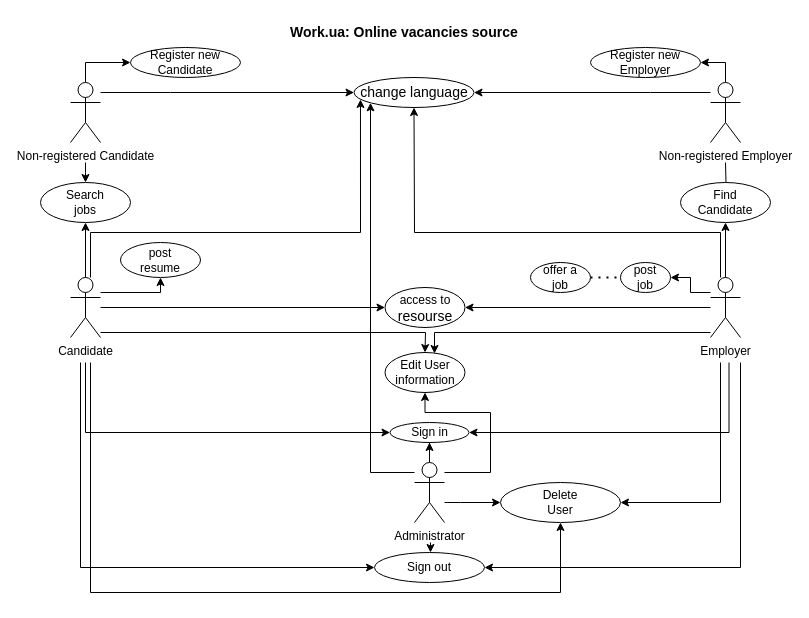
SynelnykE/ISTQB_PracticalTeasing1 keeps this draw.io diagram as WorkUA.drawio. Above is the earlier version. Source tidied: cells renumbered, new cells numbered last; positions are measured from the earlier drawing's top-left corner, leaving out a move shared by most shapes. Both pictures are drawn from the tidied source at 100%, with x=0, y=0 at pixel (40, 17).
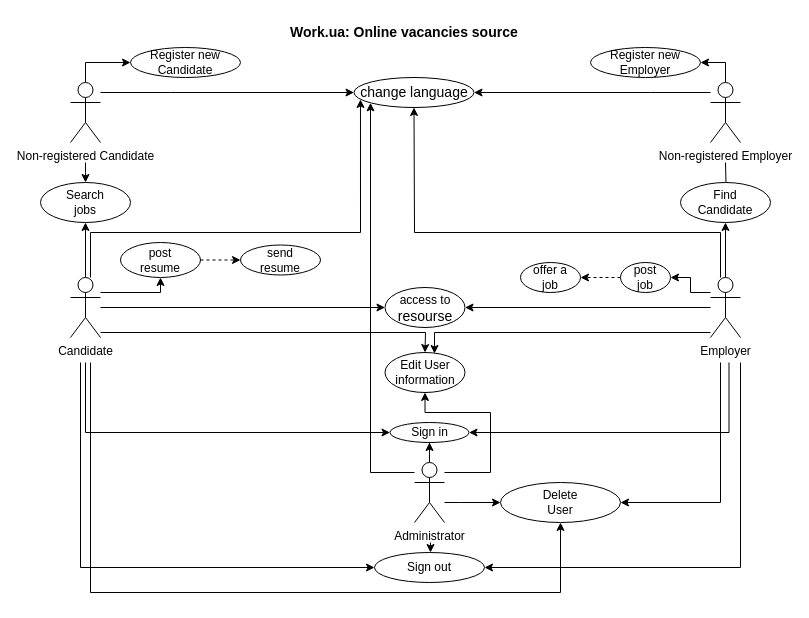
The same page after the edit.

Commit message (it also covers changes not shown here):
add Send Resume and replaced workua.jpeg

Unchanged cells that the change refers to:
```xml
<mxCell id="40" value="post&lt;br&gt;job&lt;br&gt;" style="ellipse;whiteSpace=wrap;html=1;" parent="1" vertex="1">
  <mxGeometry x="580" y="245" width="50" height="30" as="geometry" />
</mxCell>
<mxCell id="46" value="post&lt;br&gt;resume" style="ellipse;whiteSpace=wrap;html=1;fontSize=12;" parent="1" vertex="1">
  <mxGeometry x="80" y="225" width="80" height="35" as="geometry" />
</mxCell>
```

The edit, as a diff of the source:
```diff
@@
+    <mxCell id="49" style="edgeStyle=orthogonalEdgeStyle;rounded=0;jettySize=auto;html=1;entryX=1;entryY=0.5;entryDx=0;entryDy=0;dashed=1;" parent="1" edge="1" source="40" target="41">
+      <mxGeometry relative="1" as="geometry" />
+    </mxCell>
@@
     <mxCell id="41" value="offer a&lt;br&gt;job" style="ellipse;whiteSpace=wrap;html=1;" parent="1" vertex="1">
-      <mxGeometry x="490" y="245" width="60" height="30" as="geometry" />
+      <mxGeometry x="480" y="245" width="60" height="30" as="geometry" />
     </mxCell>
@@
+    <mxCell id="50" style="edgeStyle=orthogonalEdgeStyle;rounded=0;jettySize=auto;html=1;dashed=1;" parent="1" edge="1" source="46" target="51">
+      <mxGeometry relative="1" as="geometry" />
+    </mxCell>
@@
-    <mxCell id="47" style="endArrow=none;dashed=1;html=1;dashPattern=1 3;strokeWidth=2;rounded=0;fontSize=12;entryX=0;entryY=0.5;entryDx=0;entryDy=0;" parent="1" edge="1" target="40">
-      <mxGeometry relative="1" as="geometry">
-        <mxPoint x="550" y="260" as="sourcePoint" />
-      </mxGeometry>
-    </mxCell>
@@
+    <mxCell id="51" value="send&lt;br&gt;resume" style="ellipse;whiteSpace=wrap;html=1;" parent="1" vertex="1">
+      <mxGeometry x="200" y="227.5" width="80" height="30" as="geometry" />
+    </mxCell>
```
